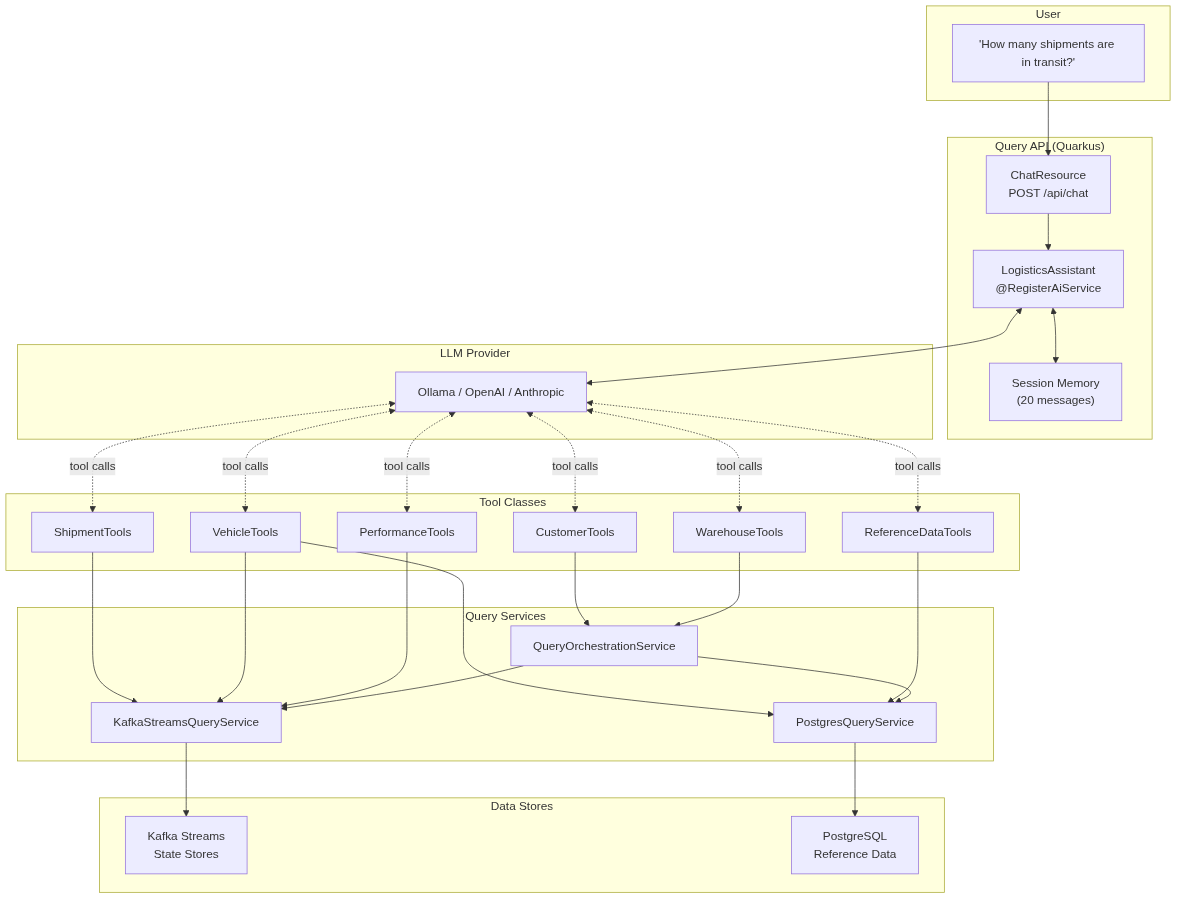
tomncooper/realtime-context-demo keeps this Mermaid diagram as docs/assets/imgs/ai-agent-architecture.png. Above is the earlier version. Its source is kept beside it as docs/assets/diagrams/ai-agent-architecture.mmd. Its diagram source:
```mermaid
flowchart TB
    subgraph User["User"]
        Query["'How many shipments are in transit?'"]
    end

    subgraph API["Query API (Quarkus)"]
        Chat["ChatResource<br/>POST /api/chat"]
        Assistant["LogisticsAssistant<br/>@RegisterAiService"]
        Memory["Session Memory<br/>(20 messages)"]
    end

    subgraph LLM["LLM Provider"]
        Model["Ollama / OpenAI / Anthropic"]
    end

    subgraph Tools["Tool Classes"]
        ST["ShipmentTools"]
        CT["CustomerTools"]
        VT["VehicleTools"]
        WT["WarehouseTools"]
        PT["PerformanceTools"]
        RT["ReferenceDataTools"]
    end

    subgraph Services["Query Services"]
        KS["KafkaStreamsQueryService"]
        PS["PostgresQueryService"]
        QO["QueryOrchestrationService"]
    end

    subgraph Data["Data Stores"]
        Kafka["Kafka Streams<br/>State Stores"]
        PG["PostgreSQL<br/>Reference Data"]
    end

    Query --> Chat
    Chat --> Assistant
    Assistant <--> Memory
    Assistant <--> Model

    Model <-.->|"tool calls"| ST
    Model <-.->|"tool calls"| CT
    Model <-.->|"tool calls"| VT
    Model <-.->|"tool calls"| WT
    Model <-.->|"tool calls"| PT
    Model <-.->|"tool calls"| RT

    ST --> KS
    CT --> QO
    VT --> KS
    VT --> PS
    WT --> QO
    PT --> KS
    RT --> PS

    QO --> KS
    QO --> PS

    KS --> Kafka
    PS --> PG
```
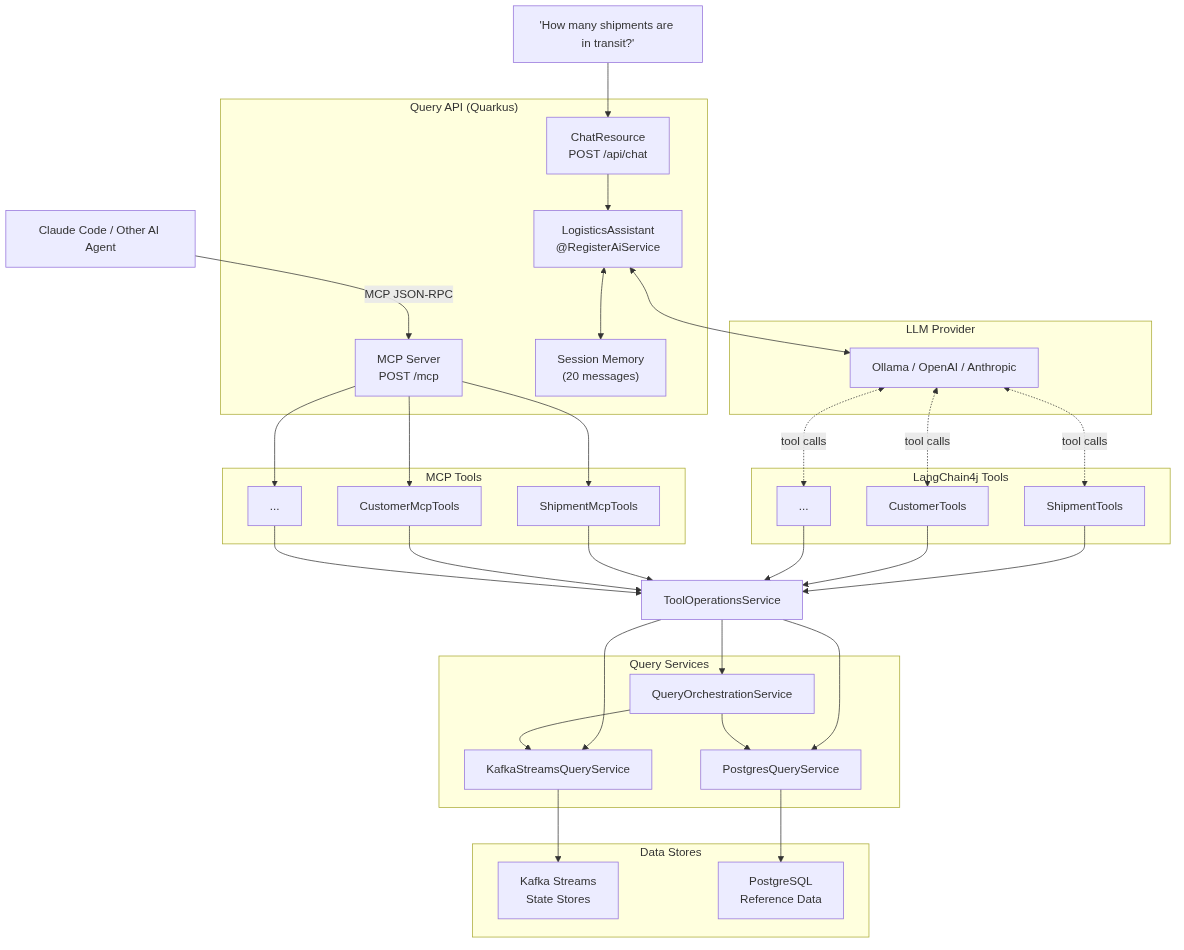
The same diagram one commit later.

Diff of the diagram source:
```diff
@@ -1,10 +1,12 @@
 flowchart TB
-    subgraph User["User"]
-        Query["'How many shipments are in transit?'"]
-    end
+
+    Query["'How many shipments are in transit?'"]
+    MCPQuery["Claude Code / Other AI Agent"]
 
     subgraph API["Query API (Quarkus)"]
+        direction LR
         Chat["ChatResource<br/>POST /api/chat"]
+        MCPEndpoint["MCP Server<br/>POST /mcp"]
         Assistant["LogisticsAssistant<br/>@RegisterAiService"]
         Memory["Session Memory<br/>(20 messages)"]
     end
@@ -13,14 +15,19 @@
         Model["Ollama / OpenAI / Anthropic"]
     end
 
-    subgraph Tools["Tool Classes"]
+    subgraph Tools["LangChain4j Tools"]
         ST["ShipmentTools"]
         CT["CustomerTools"]
-        VT["VehicleTools"]
-        WT["WarehouseTools"]
-        PT["PerformanceTools"]
-        RT["ReferenceDataTools"]
+        ToolsEtc["..."]
     end
+
+    subgraph MCPTools["MCP Tools"]
+        SMT["ShipmentMcpTools"]
+        CMT["CustomerMcpTools"]
+        MCPEtc["..."]
+    end
+
+    TOS["ToolOperationsService"]
 
     subgraph Services["Query Services"]
         KS["KafkaStreamsQueryService"]
@@ -40,18 +47,23 @@
 
     Model <-.->|"tool calls"| ST
     Model <-.->|"tool calls"| CT
-    Model <-.->|"tool calls"| VT
-    Model <-.->|"tool calls"| WT
-    Model <-.->|"tool calls"| PT
-    Model <-.->|"tool calls"| RT
+    Model <-.->|"tool calls"| ToolsEtc
 
-    ST --> KS
-    CT --> QO
-    VT --> KS
-    VT --> PS
-    WT --> QO
-    PT --> KS
-    RT --> PS
+    MCPQuery -->|"MCP JSON-RPC"| MCPEndpoint
+    MCPEndpoint --> SMT
+    MCPEndpoint --> CMT
+    MCPEndpoint --> MCPEtc
+
+    ST --> TOS
+    CT --> TOS
+    ToolsEtc --> TOS
+    SMT --> TOS
+    CMT --> TOS
+    MCPEtc --> TOS
+
+    TOS --> KS
+    TOS --> PS
+    TOS --> QO
 
     QO --> KS
     QO --> PS
```
